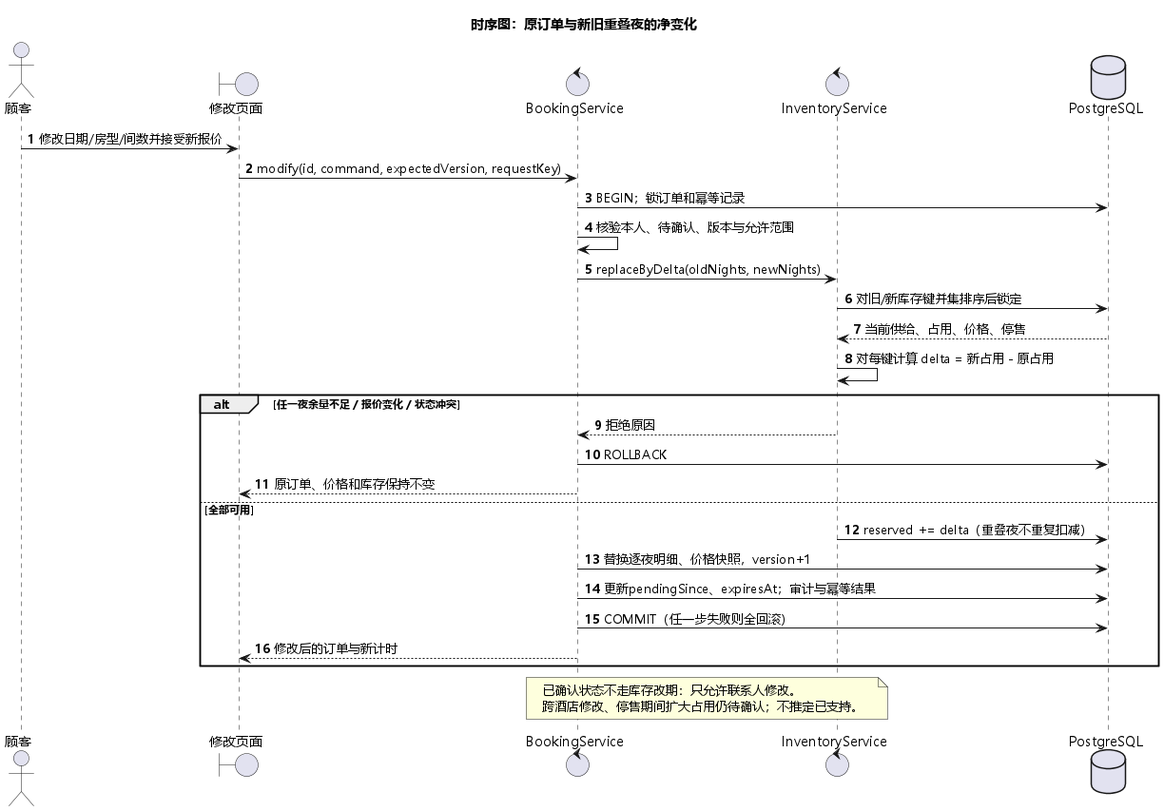
Before: LAB2/实验2_241820122_商世雄/UML/08_修改预订时序图.png, a diagram exported from PlantUML (bear0327/software-engineering-lab). Source of this version:
```plantuml
@startuml
title 时序图：原订单与新旧重叠夜的净变化
skinparam defaultFontName Microsoft YaHei
skinparam shadowing false
skinparam backgroundColor white
autonumber
actor 顾客 as U
boundary 修改页面 as UI
control BookingService as B
control InventoryService as I
database PostgreSQL as DB
U -> UI : 修改日期/房型/间数并接受新报价
UI -> B : modify(id, command, expectedVersion, requestKey)
B -> DB : BEGIN；锁订单和幂等记录
B -> B : 核验本人、待确认、版本与允许范围
B -> I : replaceByDelta(oldNights, newNights)
I -> DB : 对旧/新库存键并集排序后锁定
DB --> I : 当前供给、占用、价格、停售
I -> I : 对每键计算 delta = 新占用 - 原占用
alt 任一夜余量不足 / 报价变化 / 状态冲突
  I --> B : 拒绝原因
  B -> DB : ROLLBACK
  B --> UI : 原订单、价格和库存保持不变
else 全部可用
  I -> DB : reserved += delta（重叠夜不重复扣减）
  B -> DB : 替换逐夜明细、价格快照，version+1
  B -> DB : 更新pendingSince、expiresAt；审计与幂等结果
  B -> DB : COMMIT（任一步失败则全回滚）
  B --> UI : 修改后的订单与新计时
end
note over B,I
已确认状态不走库存改期：只允许联系人修改。
跨酒店修改、停售期间扩大占用仍待确认；不推定已支持。
end note
@enduml
```
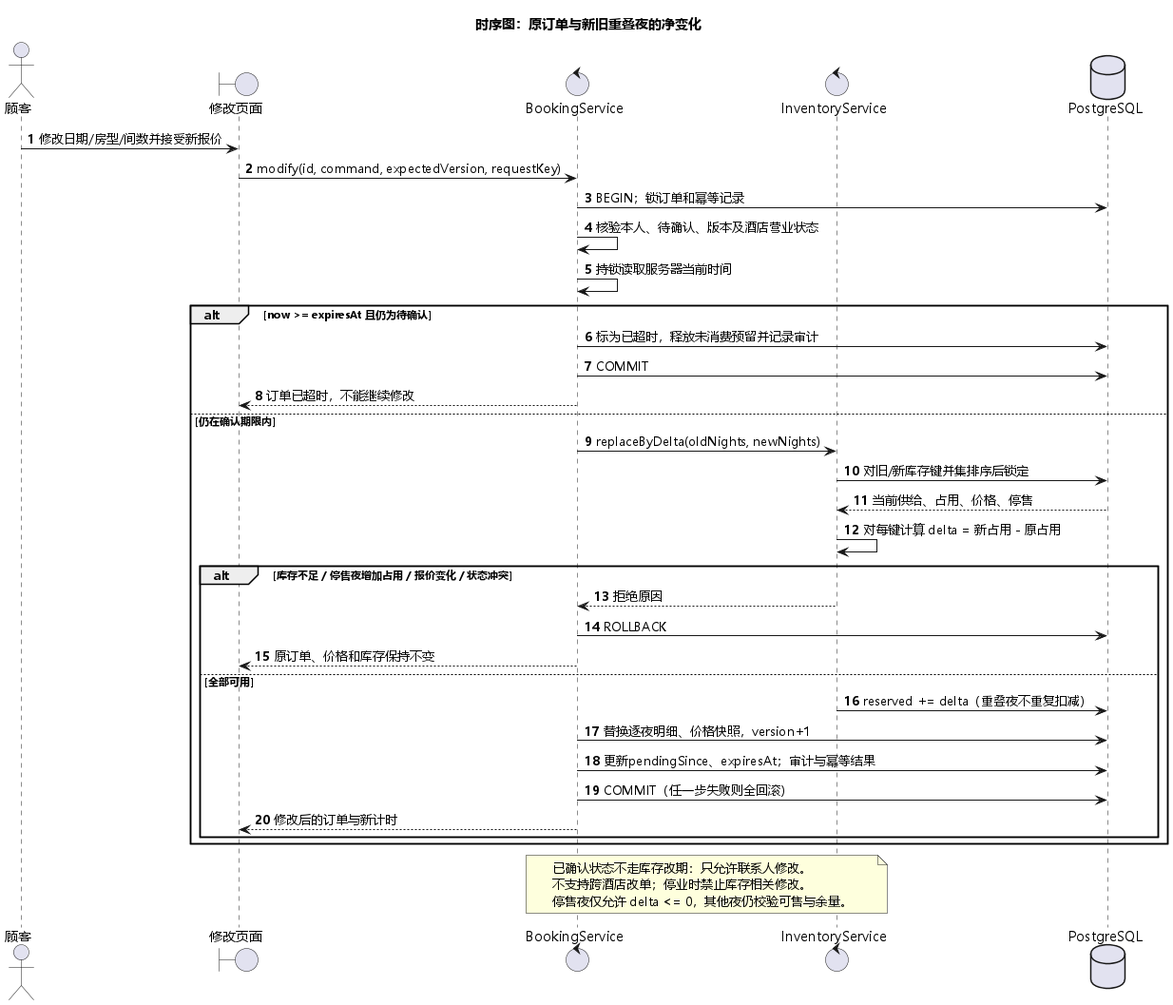
After the change.

Change to the diagram source:
```diff
@@ -12,12 +12,18 @@
 U -> UI : 修改日期/房型/间数并接受新报价
 UI -> B : modify(id, command, expectedVersion, requestKey)
 B -> DB : BEGIN；锁订单和幂等记录
-B -> B : 核验本人、待确认、版本与允许范围
+B -> B : 核验本人、待确认、版本及酒店营业状态
+B -> B : 持锁读取服务器当前时间
+alt now >= expiresAt 且仍为待确认
+  B -> DB : 标为已超时，释放未消费预留并记录审计
+  B -> DB : COMMIT
+  B --> UI : 订单已超时，不能继续修改
+else 仍在确认期限内
 B -> I : replaceByDelta(oldNights, newNights)
 I -> DB : 对旧/新库存键并集排序后锁定
 DB --> I : 当前供给、占用、价格、停售
 I -> I : 对每键计算 delta = 新占用 - 原占用
-alt 任一夜余量不足 / 报价变化 / 状态冲突
+alt 库存不足 / 停售夜增加占用 / 报价变化 / 状态冲突
   I --> B : 拒绝原因
   B -> DB : ROLLBACK
   B --> UI : 原订单、价格和库存保持不变
@@ -28,8 +34,10 @@
   B -> DB : COMMIT（任一步失败则全回滚）
   B --> UI : 修改后的订单与新计时
 end
+end
 note over B,I
 已确认状态不走库存改期：只允许联系人修改。
-跨酒店修改、停售期间扩大占用仍待确认；不推定已支持。
+不支持跨酒店改单；停业时禁止库存相关修改。
+停售夜仅允许 delta <= 0，其他夜仍校验可售与余量。
 end note
 @enduml
```
